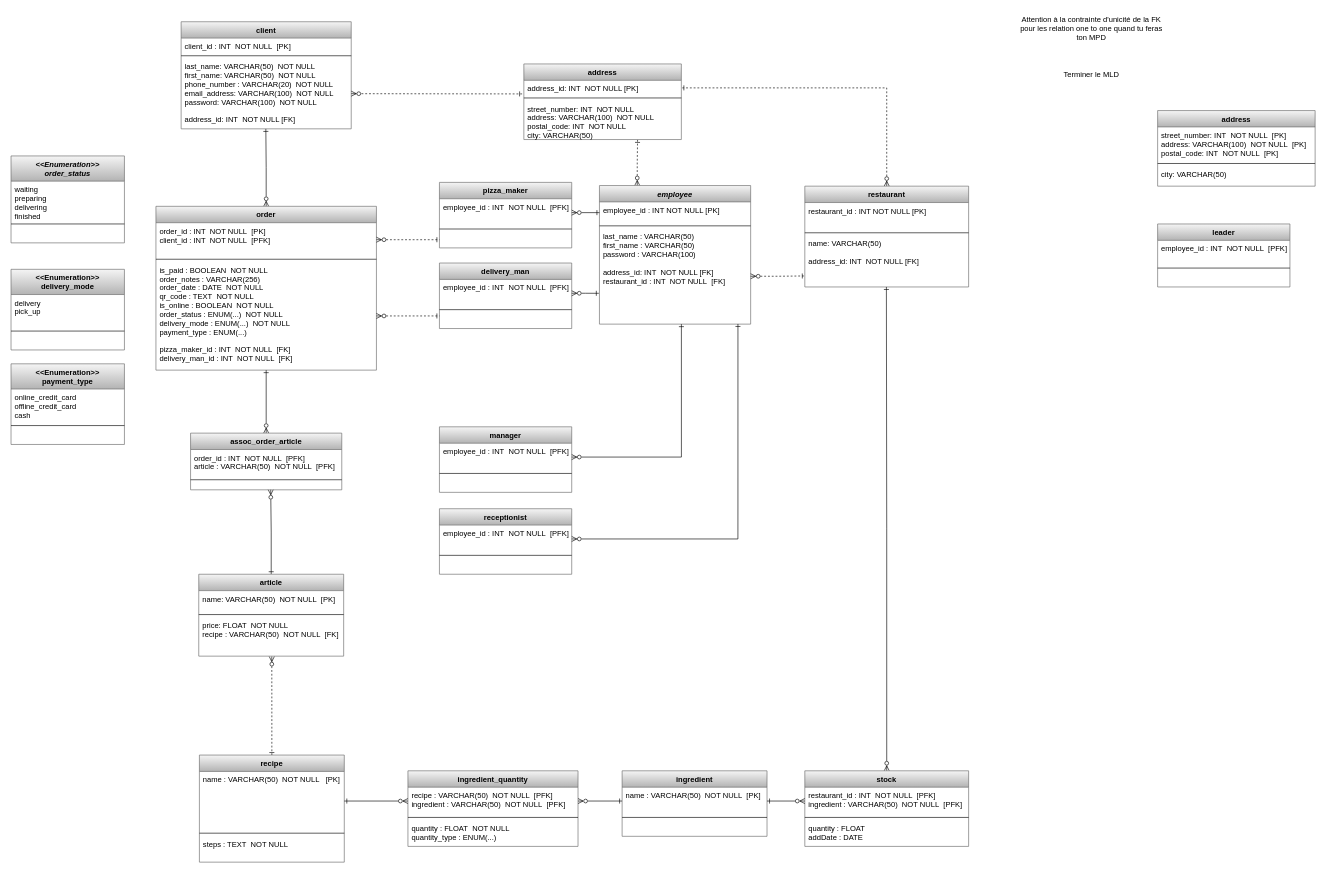
Above: horn_mickael_3_mld_062022.drawio in MickaeliOS/oc_pizza_7 (draw.io), before the change. Source tidied: cells renumbered, new cells numbered last; positions are measured from the earlier drawing's top-left corner, leaving out a move shared by most shapes. Both pictures are drawn from the tidied source at 63%, with x=0, y=0 at pixel (11, 11).
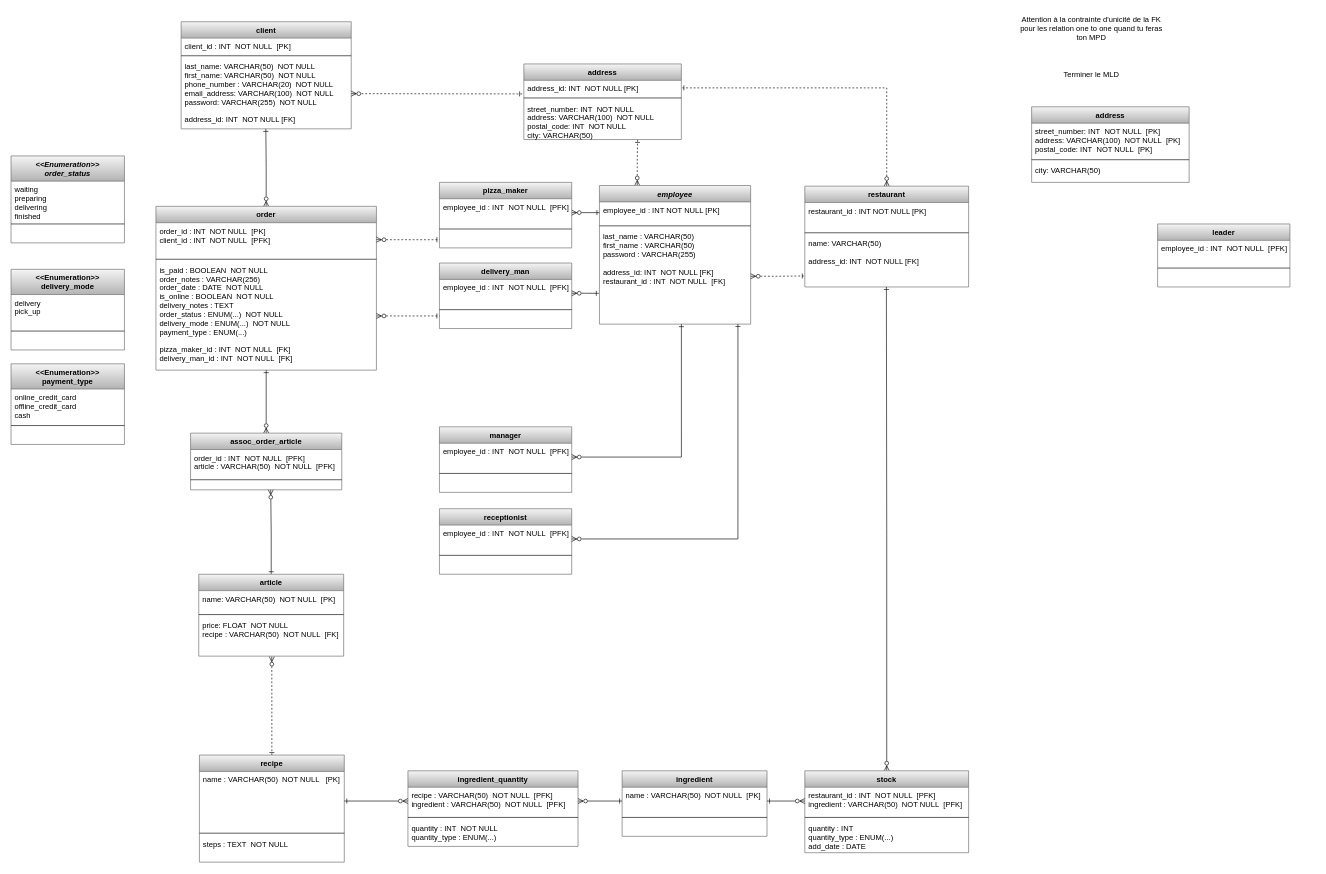
After the change.

The change refers to these unchanged cells:
```xml
<mxCell id="2" value="client" style="swimlane;fontStyle=1;align=center;verticalAlign=top;horizontal=1;startSize=26;fillColor=#f5f5f5;gradientColor=#b3b3b3;strokeColor=#666666;" parent="1" vertex="1">
  <mxGeometry x="270" y="17" width="270" height="170" as="geometry" />
</mxCell>
<mxCell id="7" value="employee" style="swimlane;fontStyle=3;align=center;verticalAlign=top;horizontal=1;startSize=26;fillColor=#f5f5f5;gradientColor=#b3b3b3;strokeColor=#666666;" parent="1" vertex="1">
  <mxGeometry x="934" y="277" width="240" height="220" as="geometry" />
</mxCell>
<mxCell id="12" value="order" style="swimlane;fontStyle=1;align=center;verticalAlign=top;horizontal=1;startSize=26;fillColor=#f5f5f5;gradientColor=#b3b3b3;strokeColor=#666666;" parent="1" vertex="1">
  <mxGeometry x="230" y="310" width="350" height="260" as="geometry" />
</mxCell>
<mxCell id="64" value="ingredient_quantity" style="swimlane;fontStyle=1;align=center;verticalAlign=top;horizontal=1;startSize=26;fillColor=#f5f5f5;gradientColor=#b3b3b3;strokeColor=#666666;" parent="1" vertex="1">
  <mxGeometry x="630" y="1206" width="270" height="120" as="geometry" />
</mxCell>
```

What changed in the source:
```diff
@@
-    <mxCell id="5" value="last_name: VARCHAR(50)  NOT NULL&#10;first_name: VARCHAR(50)  NOT NULL&#10;phone_number : VARCHAR(20)  NOT NULL&#10;email_address: VARCHAR(100)  NOT NULL&#10;password: VARCHAR(100)  NOT NULL&#10;&#10;address_id: INT  NOT NULL [FK]" style="text;strokeColor=none;fillColor=none;align=left;verticalAlign=top;spacingLeft=4;spacingRight=4;overflow=hidden;points=[[0,0.5],[1,0.5]];portConstraint=eastwest;" parent="2" vertex="1">
+    <mxCell id="5" value="last_name: VARCHAR(50)  NOT NULL&#10;first_name: VARCHAR(50)  NOT NULL&#10;phone_number : VARCHAR(20)  NOT NULL&#10;email_address: VARCHAR(100)  NOT NULL&#10;password: VARCHAR(255)  NOT NULL&#10;&#10;address_id: INT  NOT NULL [FK]" style="text;strokeColor=none;fillColor=none;align=left;verticalAlign=top;spacingLeft=4;spacingRight=4;overflow=hidden;points=[[0,0.5],[1,0.5]];portConstraint=eastwest;" parent="2" vertex="1">
       <mxGeometry y="58" width="270" height="112" as="geometry" />
     </mxCell>
@@
-    <mxCell id="10" value="last_name : VARCHAR(50)&#10;first_name : VARCHAR(50)&#10;password : VARCHAR(100)&#10;&#10;address_id: INT  NOT NULL [FK]&#10;restaurant_id : INT  NOT NULL  [FK]&#10;" style="text;strokeColor=none;fillColor=none;align=left;verticalAlign=top;spacingLeft=4;spacingRight=4;overflow=hidden;points=[[0,0.5],[1,0.5]];portConstraint=eastwest;" parent="7" vertex="1">
+    <mxCell id="10" value="last_name : VARCHAR(50)&#10;first_name : VARCHAR(50)&#10;password : VARCHAR(255)&#10;&#10;address_id: INT  NOT NULL [FK]&#10;restaurant_id : INT  NOT NULL  [FK]&#10;" style="text;strokeColor=none;fillColor=none;align=left;verticalAlign=top;spacingLeft=4;spacingRight=4;overflow=hidden;points=[[0,0.5],[1,0.5]];portConstraint=eastwest;" parent="7" vertex="1">
       <mxGeometry y="68" width="240" height="152" as="geometry" />
     </mxCell>
@@
-    <mxCell id="15" value="is_paid : BOOLEAN  NOT NULL&#10;order_notes : VARCHAR(256)&#10;order_date : DATE  NOT NULL&#10;qr_code : TEXT  NOT NULL&#10;is_online : BOOLEAN  NOT NULL&#10;order_status : ENUM(...)  NOT NULL&#10;delivery_mode : ENUM(...)  NOT NULL&#10;payment_type : ENUM(...)&#10;&#10;pizza_maker_id : INT  NOT NULL  [FK]&#10;delivery_man_id : INT  NOT NULL  [FK]" style="text;strokeColor=none;fillColor=none;align=left;verticalAlign=top;spacingLeft=4;spacingRight=4;overflow=hidden;points=[[0,0.5],[1,0.5]];portConstraint=eastwest;" parent="12" vertex="1">
+    <mxCell id="15" value="is_paid : BOOLEAN  NOT NULL&#10;order_notes : VARCHAR(256)&#10;order_date : DATE  NOT NULL&#10;is_online : BOOLEAN  NOT NULL&#10;delivery_notes : TEXT&#10;order_status : ENUM(...)  NOT NULL&#10;delivery_mode : ENUM(...)  NOT NULL&#10;payment_type : ENUM(...)&#10;&#10;pizza_maker_id : INT  NOT NULL  [FK]&#10;delivery_man_id : INT  NOT NULL  [FK]" style="text;strokeColor=none;fillColor=none;align=left;verticalAlign=top;spacingLeft=4;spacingRight=4;overflow=hidden;points=[[0,0.5],[1,0.5]];portConstraint=eastwest;" parent="12" vertex="1">
       <mxGeometry y="88" width="350" height="172" as="geometry" />
     </mxCell>
@@
     <mxCell id="51" value="stock" style="swimlane;fontStyle=1;align=center;verticalAlign=top;horizontal=1;startSize=26;fillColor=#f5f5f5;gradientColor=#b3b3b3;strokeColor=#666666;" parent="1" vertex="1">
-      <mxGeometry x="1260" y="1206" width="260" height="120" as="geometry" />
+      <mxGeometry x="1260" y="1206" width="260" height="130" as="geometry" />
     </mxCell>
@@
-    <mxCell id="54" value="quantity : FLOAT&#10;addDate : DATE" style="text;strokeColor=none;fillColor=none;align=left;verticalAlign=top;spacingLeft=4;spacingRight=4;overflow=hidden;" parent="51" vertex="1">
-      <mxGeometry y="78" width="260" height="42" as="geometry" />
+    <mxCell id="54" value="quantity : INT&#10;quantity_type : ENUM(...)&#10;add_date : DATE" style="text;strokeColor=none;fillColor=none;align=left;verticalAlign=top;spacingLeft=4;spacingRight=4;overflow=hidden;" parent="51" vertex="1">
+      <mxGeometry y="78" width="260" height="52" as="geometry" />
     </mxCell>
@@
-    <mxCell id="67" value="quantity : FLOAT  NOT NULL&#10;quantity_type : ENUM(...)" style="text;strokeColor=none;fillColor=none;align=left;verticalAlign=top;spacingLeft=4;spacingRight=4;overflow=hidden;" parent="64" vertex="1">
+    <mxCell id="67" value="quantity : INT  NOT NULL&#10;quantity_type : ENUM(...)" style="text;strokeColor=none;fillColor=none;align=left;verticalAlign=top;spacingLeft=4;spacingRight=4;overflow=hidden;" parent="64" vertex="1">
       <mxGeometry y="78" width="270" height="42" as="geometry" />
     </mxCell>
@@
     <mxCell id="94" value="address" style="swimlane;fontStyle=1;align=center;verticalAlign=top;horizontal=1;startSize=26;fillColor=#f5f5f5;gradientColor=#b3b3b3;strokeColor=#666666;" parent="1" vertex="1">
-      <mxGeometry x="1820" y="158" width="250" height="120" as="geometry" />
+      <mxGeometry x="1620" y="152" width="250" height="120" as="geometry" />
     </mxCell>
```
